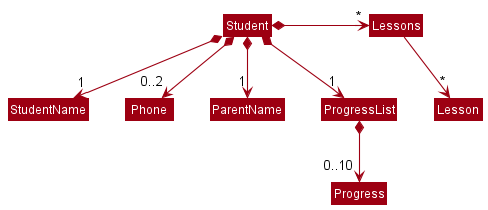
Earlier version of the PlantUML export docs/images/StudentClassDiagram.png (nus-cs2103-AY2122S1/tp). Source of this version:
```plantuml
@startuml
!include style.puml
skinparam arrowThickness 1.1
skinparam arrowColor MODEL_COLOR
skinparam classBackgroundColor MODEL_COLOR


Class Student
Class StudentName
Class Phone
Class ParentName
Class Progress
Class ProgressList
Class Lessons
Class Lesson

Student *--> "1"StudentName
Student *--> "0..2" Phone
Student *--> "1"ParentName
Student *--> "1"ProgressList
ProgressList *--> "0..10"Progress
Student *-right-> "*"Lessons
Lessons --> "*"Lesson


@enduml
```
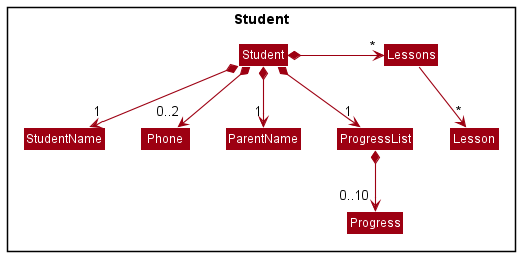
After the commit.

Commit message:
Update diagrams for consistency and remove note about poor OOP

Change to the diagram source:
```diff
@@ -4,7 +4,7 @@
 skinparam arrowColor MODEL_COLOR
 skinparam classBackgroundColor MODEL_COLOR
 
-
+package Student <<Rectangle>> {
 Class Student
 Class StudentName
 Class Phone
@@ -13,6 +13,7 @@
 Class ProgressList
 Class Lessons
 Class Lesson
+}
 
 Student *--> "1"StudentName
 Student *--> "0..2" Phone
```
